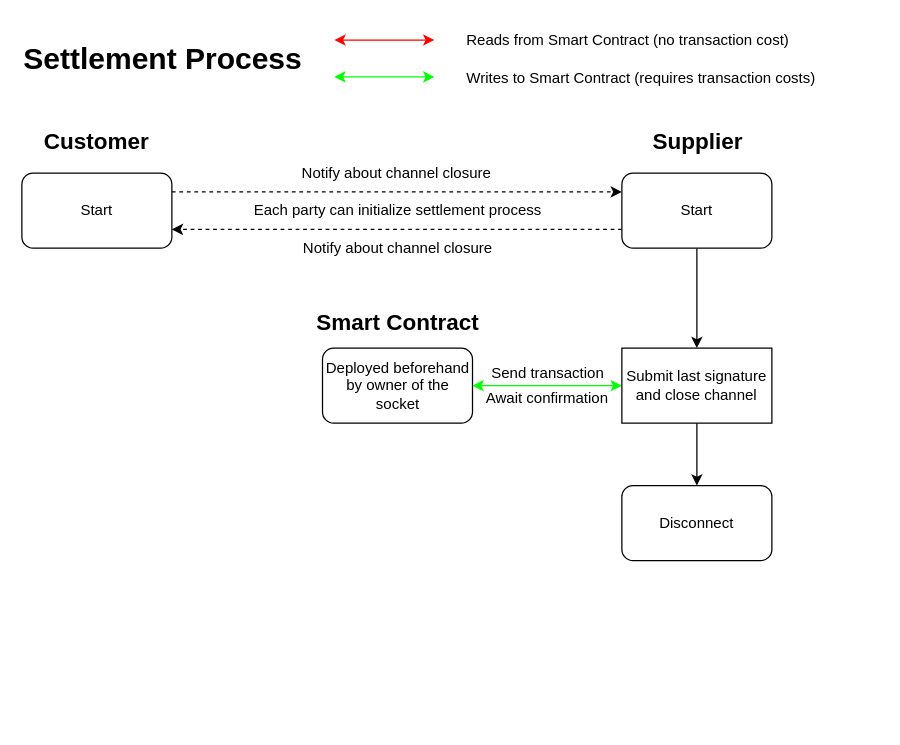
gretzke/Blockchain-Based-Smart-Outlet keeps this draw.io diagram as page "settlement_process" (4 of 4) of flowcharts/Plug-Socket.drawio. Above is the earlier version. Source tidied: cells renumbered, new cells numbered last; positions are measured from the earlier drawing's top-left corner, leaving out a move shared by most shapes. Both pictures are drawn from the tidied source at 125%, with x=0, y=0 at pixel (21, 28).
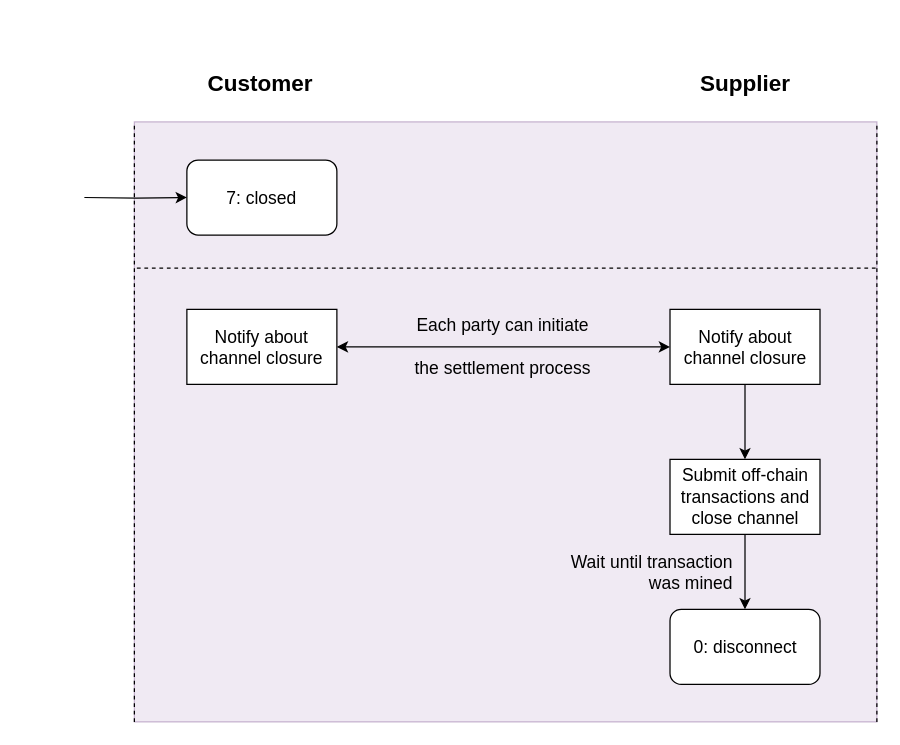
Above is the later version.

Diff of the diagram source:
```diff
@@
+    <mxCell id="25" style="rounded=0;whiteSpace=wrap;html=1;shadow=0;glass=0;comic=0;strokeWidth=1;fillColor=#e1d5e7;strokeColor=#9673a6;opacity=50;fontSize=14;" parent="1" vertex="1">
+      <mxGeometry x="90" y="75" width="594" height="480" as="geometry" />
+    </mxCell>
     <mxCell id="2" value="&lt;b&gt;&lt;font style=&quot;font-size: 18px&quot;&gt;Customer&lt;/font&gt;&lt;/b&gt;&lt;br&gt;" style="text;html=1;strokeColor=none;fillColor=none;align=center;verticalAlign=middle;whiteSpace=wrap;rounded=0;" parent="1" vertex="1">
-      <mxGeometry x="40" y="81" width="40" height="20" as="geometry" />
+      <mxGeometry x="170.5" y="35" width="40" height="20" as="geometry" />
     </mxCell>
     <mxCell id="3" value="&lt;b&gt;&lt;font style=&quot;font-size: 18px&quot;&gt;Supplier&lt;/font&gt;&lt;/b&gt;&lt;br&gt;" style="text;html=1;strokeColor=none;fillColor=none;align=center;verticalAlign=middle;whiteSpace=wrap;rounded=0;" parent="1" vertex="1">
-      <mxGeometry x="521" y="81" width="40" height="20" as="geometry" />
+      <mxGeometry x="558.5" y="35" width="40" height="20" as="geometry" />
     </mxCell>
-    <mxCell id="4" style="edgeStyle=orthogonalEdgeStyle;rounded=0;jettySize=auto;html=1;exitX=1;exitY=0.25;exitDx=0;exitDy=0;entryX=0;entryY=0.25;entryDx=0;entryDy=0;strokeColor=#000000;dashed=1;" parent="1" edge="1" source="5" target="8">
-      <mxGeometry relative="1" as="geometry" />
-    </mxCell>
-    <mxCell id="5" value="Start&lt;br&gt;" style="rounded=1;whiteSpace=wrap;html=1;" parent="1" vertex="1">
-      <mxGeometry y="116" width="120" height="60" as="geometry" />
-    </mxCell>
-    <mxCell id="6" style="edgeStyle=orthogonalEdgeStyle;rounded=0;jettySize=auto;html=1;exitX=0;exitY=0.75;exitDx=0;exitDy=0;entryX=1;entryY=0.75;entryDx=0;entryDy=0;strokeColor=#000000;dashed=1;" parent="1" edge="1" source="8" target="5">
-      <mxGeometry relative="1" as="geometry" />
-    </mxCell>
-    <mxCell id="7" style="edgeStyle=orthogonalEdgeStyle;rounded=0;jettySize=auto;html=1;exitX=0.5;exitY=1;exitDx=0;exitDy=0;shadow=0;startArrow=none;startFill=0;strokeColor=#000000;" parent="1" edge="1" source="8" target="17">
-      <mxGeometry relative="1" as="geometry" />
-    </mxCell>
-    <mxCell id="8" value="Start" style="rounded=1;whiteSpace=wrap;html=1;" parent="1" vertex="1">
-      <mxGeometry x="480" y="116" width="120" height="60" as="geometry" />
-    </mxCell>
-    <mxCell id="9" value="&lt;h1&gt;Settlement Process&lt;/h1&gt;" style="text;html=1;strokeColor=none;fillColor=none;align=center;verticalAlign=middle;whiteSpace=wrap;rounded=0;" parent="1" vertex="1">
-      <mxGeometry y="15" width="226" height="20" as="geometry" />
-    </mxCell>
-    <mxCell id="10" value="Notify about channel closure" style="text;html=1;strokeColor=none;fillColor=none;align=center;verticalAlign=middle;whiteSpace=wrap;rounded=0;" parent="1" vertex="1">
-      <mxGeometry x="185" y="106" width="230" height="20" as="geometry" />
-    </mxCell>
-    <mxCell id="11" value="Notify about channel closure" style="text;html=1;strokeColor=none;fillColor=none;align=center;verticalAlign=middle;whiteSpace=wrap;rounded=0;" parent="1" vertex="1">
-      <mxGeometry x="185.5" y="166" width="230" height="20" as="geometry" />
-    </mxCell>
-    <mxCell id="12" value="Each party can initialize settlement process" style="text;html=1;strokeColor=none;fillColor=none;align=center;verticalAlign=middle;whiteSpace=wrap;rounded=0;" parent="1" vertex="1">
-      <mxGeometry x="160.5" y="136" width="280" height="20" as="geometry" />
-    </mxCell>
-    <mxCell id="13" value="Deployed beforehand by owner of the socket&lt;br&gt;" style="rounded=1;whiteSpace=wrap;html=1;" parent="1" vertex="1">
-      <mxGeometry x="240.5" y="256" width="120" height="60" as="geometry" />
-    </mxCell>
-    <mxCell id="14" value="&lt;font style=&quot;font-size: 18px&quot;&gt;&lt;b&gt;Smart Contract&lt;/b&gt;&lt;/font&gt;" style="text;html=1;strokeColor=none;fillColor=none;align=center;verticalAlign=middle;whiteSpace=wrap;rounded=0;" parent="1" vertex="1">
-      <mxGeometry x="225.5" y="226" width="150" height="20" as="geometry" />
-    </mxCell>
-    <mxCell id="15" style="edgeStyle=orthogonalEdgeStyle;rounded=0;jettySize=auto;html=1;exitX=0;exitY=0.5;exitDx=0;exitDy=0;entryX=1;entryY=0.5;entryDx=0;entryDy=0;shadow=0;startArrow=classic;startFill=1;strokeColor=#00FF00;" parent="1" edge="1" source="17" target="13">
-      <mxGeometry relative="1" as="geometry" />
-    </mxCell>
-    <mxCell id="16" style="edgeStyle=orthogonalEdgeStyle;rounded=0;jettySize=auto;html=1;exitX=0.5;exitY=1;exitDx=0;exitDy=0;entryX=0.5;entryY=0;entryDx=0;entryDy=0;shadow=0;startArrow=none;startFill=0;strokeColor=#000000;" parent="1" edge="1" source="17" target="24">
-      <mxGeometry relative="1" as="geometry" />
-    </mxCell>
-    <mxCell id="17" value="Submit last signature and close channel" style="rounded=0;whiteSpace=wrap;html=1;" parent="1" vertex="1">
-      <mxGeometry x="480" y="256" width="120" height="60" as="geometry" />
-    </mxCell>
-    <mxCell id="18" style="endArrow=classic;startArrow=classic;html=1;strokeColor=#FF0000;" parent="1" edge="1">
-      <mxGeometry relative="1" as="geometry">
-        <mxPoint x="250" y="9.5" as="sourcePoint" />
-        <mxPoint x="330" y="9.5" as="targetPoint" />
-      </mxGeometry>
-    </mxCell>
-    <mxCell id="19" style="endArrow=classic;startArrow=classic;html=1;strokeColor=#00FF00;" parent="1" edge="1">
-      <mxGeometry relative="1" as="geometry">
-        <mxPoint x="250" y="39" as="sourcePoint" />
-        <mxPoint x="330" y="39" as="targetPoint" />
-      </mxGeometry>
-    </mxCell>
-    <mxCell id="20" value="&lt;span&gt;Reads from Smart Contract (no transaction cost)&lt;/span&gt;" style="text;html=1;align=left;verticalAlign=top;spacingTop=-4;" parent="1" vertex="1">
-      <mxGeometry x="353.5" width="270" height="20" as="geometry" />
-    </mxCell>
-    <mxCell id="21" value="&lt;span&gt;Writes to Smart Contract (requires transaction costs)&lt;/span&gt;" style="text;html=1;align=left;verticalAlign=top;spacingTop=-4;" parent="1" vertex="1">
-      <mxGeometry x="353.5" y="30" width="290" height="20" as="geometry" />
-    </mxCell>
-    <mxCell id="22" value="Send transaction" style="text;html=1;strokeColor=none;fillColor=none;align=center;verticalAlign=middle;whiteSpace=wrap;rounded=0;" parent="1" vertex="1">
-      <mxGeometry x="370.5" y="266" width="100" height="20" as="geometry" />
-    </mxCell>
-    <mxCell id="23" value="Await confirmation" style="text;html=1;strokeColor=none;fillColor=none;align=center;verticalAlign=middle;whiteSpace=wrap;rounded=0;" parent="1" vertex="1">
-      <mxGeometry x="367" y="286" width="107" height="20" as="geometry" />
-    </mxCell>
-    <mxCell id="24" value="Disconnect" style="rounded=1;whiteSpace=wrap;html=1;" parent="1" vertex="1">
-      <mxGeometry x="480" y="366" width="120" height="60" as="geometry" />
-    </mxCell>
+    <mxCell id="26" value="7: closed" style="rounded=1;whiteSpace=wrap;html=1;shadow=0;glass=0;comic=0;strokeWidth=1;fontSize=14;" parent="1" vertex="1">
+      <mxGeometry x="132" y="105.5" width="120" height="60" as="geometry" />
+    </mxCell>
+    <mxCell id="27" style="endArrow=none;dashed=1;html=1;fontSize=14;entryX=0;entryY=0;entryDx=0;entryDy=0;entryPerimeter=0;exitX=0;exitY=1;exitDx=0;exitDy=0;exitPerimeter=0;" parent="1" edge="1" source="25" target="25">
+      <mxGeometry relative="1" as="geometry" />
+    </mxCell>
+    <mxCell id="28" style="endArrow=none;dashed=1;html=1;fontSize=14;" parent="1" edge="1">
+      <mxGeometry relative="1" as="geometry">
+        <mxPoint x="683" y="192" as="sourcePoint" />
+        <mxPoint x="90" y="192" as="targetPoint" />
+      </mxGeometry>
+    </mxCell>
+    <mxCell id="29" style="endArrow=none;dashed=1;html=1;fontSize=14;entryX=1;entryY=0;entryDx=0;entryDy=0;entryPerimeter=0;exitX=1;exitY=1;exitDx=0;exitDy=0;exitPerimeter=0;" parent="1" edge="1" source="25" target="25">
+      <mxGeometry relative="1" as="geometry" />
+    </mxCell>
+    <mxCell id="30" style="edgeStyle=orthogonalEdgeStyle;rounded=0;jettySize=auto;html=1;exitX=1;exitY=0.5;exitDx=0;exitDy=0;entryX=0;entryY=0.5;entryDx=0;entryDy=0;startArrow=classic;startFill=1;" parent="1" edge="1" source="31" target="33">
+      <mxGeometry relative="1" as="geometry" />
+    </mxCell>
+    <mxCell id="31" value="&lt;font style=&quot;font-size: 14px&quot;&gt;Notify about channel closure&lt;/font&gt;" style="rounded=0;whiteSpace=wrap;html=1;" parent="1" vertex="1">
+      <mxGeometry x="132" y="225" width="120" height="60" as="geometry" />
+    </mxCell>
+    <mxCell id="32" style="edgeStyle=orthogonalEdgeStyle;rounded=0;jettySize=auto;html=1;exitX=0.5;exitY=1;exitDx=0;exitDy=0;entryX=0.5;entryY=0;entryDx=0;entryDy=0;startArrow=none;startFill=0;" parent="1" edge="1" source="33" target="37">
+      <mxGeometry relative="1" as="geometry" />
+    </mxCell>
+    <mxCell id="33" value="&lt;span&gt;&lt;font style=&quot;font-size: 14px&quot;&gt;Notify about channel closure&lt;/font&gt;&lt;/span&gt;" style="rounded=0;whiteSpace=wrap;html=1;" parent="1" vertex="1">
+      <mxGeometry x="518.5" y="225" width="120" height="60" as="geometry" />
+    </mxCell>
+    <mxCell id="34" value="&lt;font style=&quot;font-size: 14px&quot;&gt;Each party can initiate &lt;br&gt;&lt;br&gt;the settlement process&lt;/font&gt;" style="text;html=1;strokeColor=none;fillColor=none;align=center;verticalAlign=middle;whiteSpace=wrap;rounded=0;" parent="1" vertex="1">
+      <mxGeometry x="305" y="245" width="160" height="20" as="geometry" />
+    </mxCell>
+    <mxCell id="35" style="edgeStyle=orthogonalEdgeStyle;rounded=0;jettySize=auto;html=1;entryX=0;entryY=0.5;entryDx=0;entryDy=0;startArrow=none;startFill=0;" parent="1" edge="1" target="26">
+      <mxGeometry relative="1" as="geometry">
+        <mxPoint x="50" y="135.5" as="sourcePoint" />
+      </mxGeometry>
+    </mxCell>
+    <mxCell id="36" style="edgeStyle=orthogonalEdgeStyle;rounded=0;jettySize=auto;html=1;exitX=0.5;exitY=1;exitDx=0;exitDy=0;entryX=0.5;entryY=0;entryDx=0;entryDy=0;startArrow=none;startFill=0;" parent="1" edge="1" source="37" target="38">
+      <mxGeometry relative="1" as="geometry" />
+    </mxCell>
+    <mxCell id="37" value="&lt;span style=&quot;font-size: 14px&quot;&gt;Submit off-chain transactions and close channel&lt;/span&gt;" style="rounded=0;whiteSpace=wrap;html=1;" parent="1" vertex="1">
+      <mxGeometry x="518.5" y="345" width="120" height="60" as="geometry" />
+    </mxCell>
+    <mxCell id="38" value="&lt;font style=&quot;font-size: 14px&quot;&gt;0: disconnect&lt;/font&gt;" style="rounded=1;whiteSpace=wrap;html=1;" parent="1" vertex="1">
+      <mxGeometry x="518.5" y="465" width="120" height="60" as="geometry" />
+    </mxCell>
+    <mxCell id="39" value="Wait until transaction was mined" style="text;html=1;strokeColor=none;fillColor=none;align=right;verticalAlign=middle;whiteSpace=wrap;rounded=0;shadow=0;glass=0;comic=0;fontSize=14;" parent="1" vertex="1">
+      <mxGeometry x="430" y="425" width="141" height="20" as="geometry" />
+    </mxCell>
```
